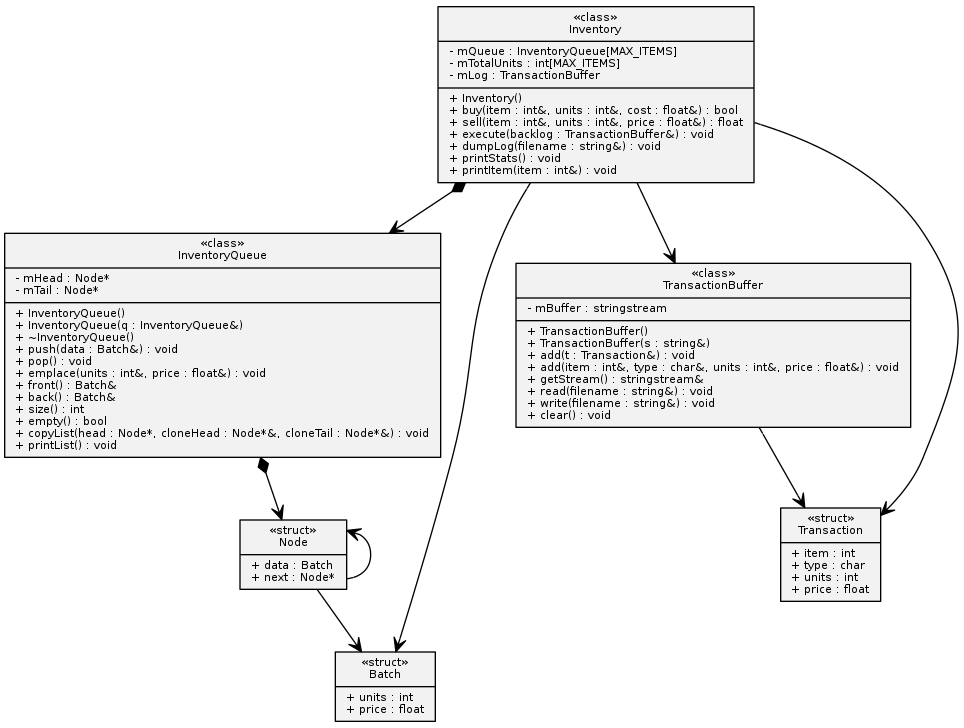
This is docs/fifo-inventory-uml.png from gszasz/cpp-fifo-inventory, a Graphviz export, as it was before one commit. Its source is kept beside it as docs/fifo-inventory-uml.dot.
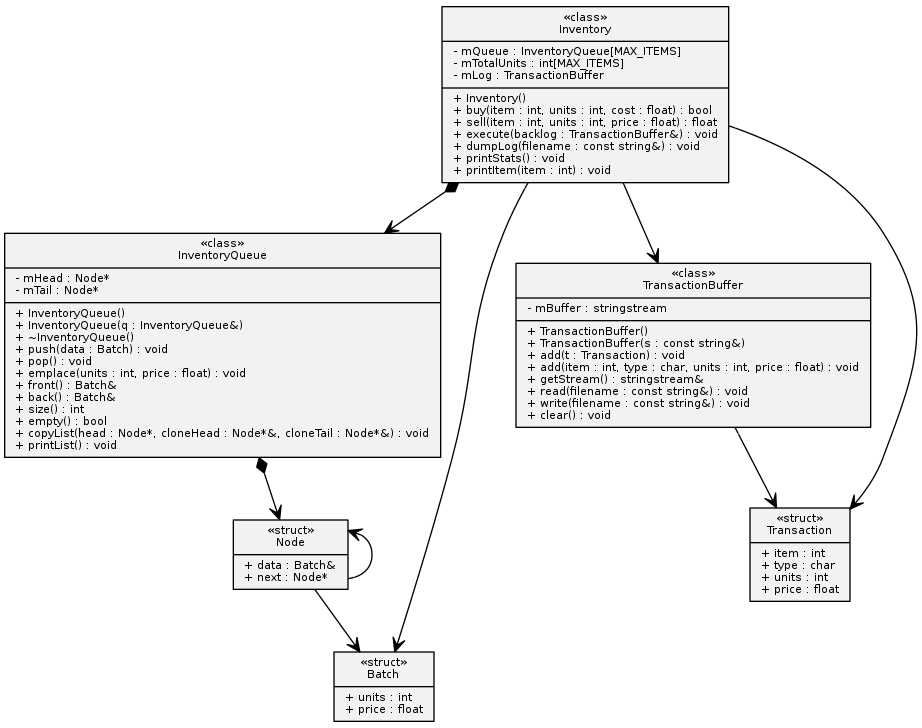
The same file after the commit.

Change to the diagram source:
```diff
@@ -3,11 +3,11 @@
     node[shape=record,style=filled,fillcolor=gray95,fontname="Bitstream Vera Sans",fontsize=8]
     edge[dir=both, arrowtail=none, arrowhead=vee]
 
-    2[label = "{&laquo;class&raquo;\nInventory|- mQueue : InventoryQueue[MAX_ITEMS]\l- mTotalUnits : int[MAX_ITEMS]\l- mLog : TransactionBuffer\l|+ Inventory()\l+ buy(item : int&, units : int&, cost : float&) : bool\l+ sell(item : int&, units : int&, price : float&) : float\l+ execute(backlog : TransactionBuffer&) : void\l+ dumpLog(filename : string&) : void\l+ printStats() : void\l+ printItem(item : int&) : void\l}"]
-    3[label = "{&laquo;class&raquo;\nInventoryQueue|- mHead : Node*\l- mTail : Node*\l|+ InventoryQueue()\l+ InventoryQueue(q : InventoryQueue&)\l+ ~InventoryQueue()\l+ push(data : Batch&) : void\l+ pop() : void\l+ emplace(units : int&, price : float&) : void\l+ front() : Batch&\l+ back() : Batch&\l+ size() : int\l+ empty() : bool\l+ copyList(head : Node*, cloneHead : Node*&, cloneTail : Node*&) : void\l+ printList() : void\l}"]
-    4[label = "{&laquo;struct&raquo;\nNode|+ data : Batch\l+ next : Node*}"]
+    2[label = "{&laquo;class&raquo;\nInventory|- mQueue : InventoryQueue[MAX_ITEMS]\l- mTotalUnits : int[MAX_ITEMS]\l- mLog : TransactionBuffer\l|+ Inventory()\l+ buy(item : int, units : int, cost : float) : bool\l+ sell(item : int, units : int, price : float) : float\l+ execute(backlog : TransactionBuffer&) : void\l+ dumpLog(filename : const string&) : void\l+ printStats() : void\l+ printItem(item : int) : void\l}"]
+    3[label = "{&laquo;class&raquo;\nInventoryQueue|- mHead : Node*\l- mTail : Node*\l|+ InventoryQueue()\l+ InventoryQueue(q : InventoryQueue&)\l+ ~InventoryQueue()\l+ push(data : Batch) : void\l+ pop() : void\l+ emplace(units : int, price : float) : void\l+ front() : Batch&\l+ back() : Batch&\l+ size() : int\l+ empty() : bool\l+ copyList(head : Node*, cloneHead : Node*&, cloneTail : Node*&) : void\l+ printList() : void\l}"]
+    4[label = "{&laquo;struct&raquo;\nNode|+ data : Batch&\l+ next : Node*\l}"]
     5[label = "{&laquo;struct&raquo;\nBatch|+ units : int\l+ price : float}"]
-    6[label = "{&laquo;class&raquo;\nTransactionBuffer|- mBuffer : stringstream\l|+ TransactionBuffer()\l+ TransactionBuffer(s : string&)\l+ add(t : Transaction&) : void\l+ add(item : int&, type : char&, units : int&, price : float&) : void\l+ getStream() : stringstream&\l+ read(filename : string&) : void\l+ write(filename : string&) : void\l+ clear() : void\l}"]
+    6[label = "{&laquo;class&raquo;\nTransactionBuffer|- mBuffer : stringstream\l|+ TransactionBuffer()\l+ TransactionBuffer(s : const string&)\l+ add(t : Transaction) : void\l+ add(item : int, type : char, units : int, price : float) : void\l+ getStream() : stringstream&\l+ read(filename : const string&) : void\l+ write(filename : const string&) : void\l+ clear() : void\l}"]
     7[label = "{&laquo;struct&raquo;\nTransaction|+ item : int\l+ type : char\l+ units : int\l+ price : float\l}"]
 
     2->3[arrowtail=diamond, arrowhead=vee]
```
